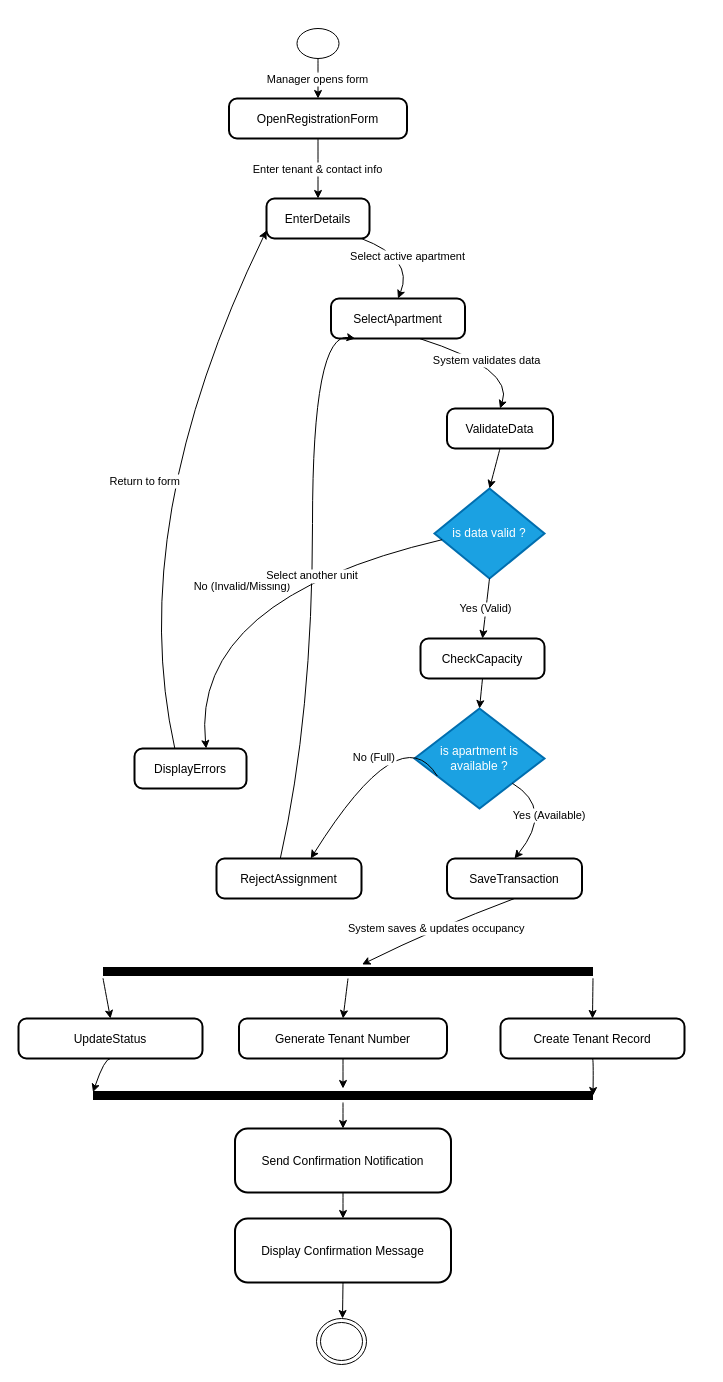
Medo-SM/ApartmentManagementSystem keeps this draw.io diagram as documentation/SWE/ActivityDiagrams/ActivityDiagram-RegisterNewTenant(UC-001)/ActivityDiagram-RegisterNewTenant(UC-001).drawio. Above is the earlier version. Source tidied: cells renumbered, new cells numbered last; positions are measured from the earlier drawing's top-left corner, leaving out a move shared by most shapes. Both pictures are drawn from the tidied source at 100%, with x=0, y=0 at pixel (18, 28).
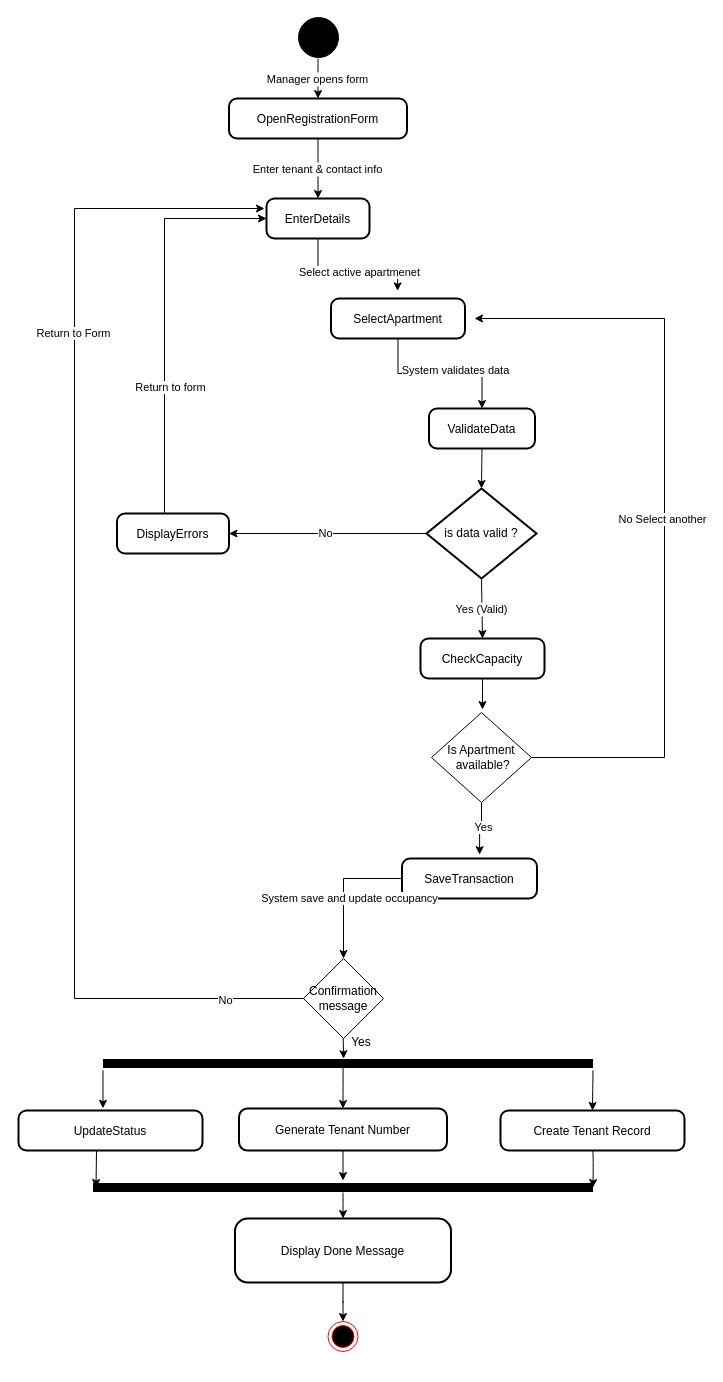
Above is the later version.

Unchanged cells that the change refers to:
```xml
<mxCell id="2" value="OpenRegistrationForm" style="rounded=1;arcSize=20;strokeWidth=2;" parent="1" vertex="1">
  <mxGeometry x="210.5" y="70" width="178" height="40" as="geometry" />
</mxCell>
<mxCell id="3" value="EnterDetails" style="rounded=1;arcSize=20;strokeWidth=2;" parent="1" vertex="1">
  <mxGeometry x="248" y="170" width="103" height="40" as="geometry" />
</mxCell>
<mxCell id="4" value="SelectApartment" style="rounded=1;arcSize=20;strokeWidth=2;" parent="1" vertex="1">
  <mxGeometry x="312.5" y="270" width="134" height="40" as="geometry" />
</mxCell>
<mxCell id="8" value="CheckCapacity" style="rounded=1;arcSize=20;strokeWidth=2;" parent="1" vertex="1">
  <mxGeometry x="402" y="610" width="124" height="40" as="geometry" />
</mxCell>
```

Change to the diagram source:
```diff
@@
+    <mxCell id="43" style="edgeStyle=orthogonalEdgeStyle;rounded=0;jettySize=auto;html=1;entryX=0.5;entryY=0;entryDx=0;entryDy=0;" parent="1" edge="1" source="4" target="5">
+      <mxGeometry relative="1" as="geometry" />
+    </mxCell>
+    <mxCell id="15" value="System validates data" style="edgeLabel;html=1;align=center;verticalAlign=middle;" parent="43" vertex="1">
+      <mxGeometry x="0.2" y="4" relative="1" as="geometry" />
+    </mxCell>
@@
     <mxCell id="5" value="ValidateData" style="rounded=1;arcSize=20;strokeWidth=2;" parent="1" vertex="1">
-      <mxGeometry x="428.5" y="380" width="106" height="40" as="geometry" />
+      <mxGeometry x="410.5" y="380" width="106" height="40" as="geometry" />
     </mxCell>
+    <mxCell id="17" style="edgeStyle=orthogonalEdgeStyle;rounded=0;jettySize=auto;html=1;entryX=1;entryY=0.5;entryDx=0;entryDy=0;" parent="1" edge="1" source="6" target="7">
+      <mxGeometry relative="1" as="geometry" />
+    </mxCell>
+    <mxCell id="44" value="No" style="edgeLabel;html=1;align=center;verticalAlign=middle;" parent="17" vertex="1">
+      <mxGeometry x="0.04" y="-1" relative="1" as="geometry">
+        <mxPoint x="1" as="offset" />
+      </mxGeometry>
+    </mxCell>
-    <mxCell id="6" value="is data valid ?" style="rhombus;strokeWidth=2;whiteSpace=wrap;fillColor=#1ba1e2;fontColor=#ffffff;strokeColor=#006EAF;" parent="1" vertex="1">
-      <mxGeometry x="416" y="460" width="110" height="90" as="geometry" />
+    <mxCell id="6" value="is data valid ?" style="rhombus;strokeWidth=2;whiteSpace=wrap;fillColor=#FFFFFF;fontColor=light-dark(#000000, #121212);strokeColor=#000000;" parent="1" vertex="1">
+      <mxGeometry x="408" y="460" width="110" height="90" as="geometry" />
     </mxCell>
+    <mxCell id="45" style="edgeStyle=orthogonalEdgeStyle;rounded=0;jettySize=auto;html=1;entryX=0;entryY=0.5;entryDx=0;entryDy=0;" parent="1" edge="1" source="7" target="3">
+      <mxGeometry relative="1" as="geometry">
+        <Array as="points">
+          <mxPoint x="146" y="190" />
+        </Array>
+      </mxGeometry>
+    </mxCell>
+    <mxCell id="18" value="Return to form" style="edgeLabel;html=1;align=center;verticalAlign=middle;" parent="45" vertex="1">
+      <mxGeometry x="-0.36" y="-5" relative="1" as="geometry" />
+    </mxCell>
     <mxCell id="7" value="DisplayErrors" style="rounded=1;arcSize=20;strokeWidth=2;" parent="1" vertex="1">
-      <mxGeometry x="116" y="720" width="112" height="40" as="geometry" />
+      <mxGeometry x="98.5" y="485" width="112" height="40" as="geometry" />
     </mxCell>
@@
-    <mxCell id="9" value="is apartment is available ?" style="rhombus;strokeWidth=2;whiteSpace=wrap;fillColor=#1ba1e2;fontColor=#ffffff;strokeColor=#006EAF;" parent="1" vertex="1">
-      <mxGeometry x="396" y="680" width="130" height="100" as="geometry" />
-    </mxCell>
-    <mxCell id="10" value="RejectAssignment" style="rounded=1;arcSize=20;strokeWidth=2;" parent="1" vertex="1">
-      <mxGeometry x="198" y="830" width="145" height="40" as="geometry" />
-    </mxCell>
     <mxCell id="11" value="SaveTransaction" style="rounded=1;arcSize=20;strokeWidth=2;" parent="1" vertex="1">
-      <mxGeometry x="428.5" y="830" width="135" height="40" as="geometry" />
+      <mxGeometry x="383.5" y="830" width="135" height="40" as="geometry" />
     </mxCell>
-    <mxCell id="12" value="Manager opens form" style="curved=1;startArrow=none;exitX=0.51;exitY=1;entryX=0.5;entryY=0;rounded=0;" parent="1" edge="1" source="25" target="2">
-      <mxGeometry relative="1" as="geometry" />
+    <mxCell id="12" value="Manager opens form" style="curved=1;startArrow=none;exitX=0.51;exitY=1;entryX=0.5;entryY=0;rounded=0;" parent="1" edge="1" target="2">
+      <mxGeometry relative="1" as="geometry">
+        <mxPoint x="299.5" y="30" as="sourcePoint" />
+      </mxGeometry>
     </mxCell>
@@
-    <mxCell id="14" value="Select active apartment" style="curved=1;startArrow=none;exitX=0.92;exitY=1;entryX=0.5;entryY=0;rounded=0;" parent="1" edge="1" source="3" target="4">
-      <mxGeometry relative="1" as="geometry">
-        <Array as="points">
-          <mxPoint x="396" y="230" />
-        </Array>
-      </mxGeometry>
-    </mxCell>
-    <mxCell id="15" value="System validates data" style="curved=1;startArrow=none;exitX=0.66;exitY=1;entryX=0.5;entryY=0;rounded=0;" parent="1" edge="1" source="4" target="5">
-      <mxGeometry relative="1" as="geometry">
-        <Array as="points">
-          <mxPoint x="496" y="340" />
-        </Array>
-      </mxGeometry>
-    </mxCell>
@@
-    <mxCell id="17" value="No (Invalid/Missing)" style="curved=1;startArrow=none;exitX=0;exitY=0.58;entryX=0.64;entryY=0;rounded=0;" parent="1" edge="1" source="6" target="7">
-      <mxGeometry relative="1" as="geometry">
-        <Array as="points">
-          <mxPoint x="172" y="570" />
-        </Array>
-      </mxGeometry>
-    </mxCell>
-    <mxCell id="18" value="Return to form" style="curved=1;startArrow=none;exitX=0.36;exitY=0;entryX=0;entryY=0.8;rounded=0;" parent="1" edge="1" source="7" target="3">
-      <mxGeometry relative="1" as="geometry">
-        <Array as="points">
-          <mxPoint x="106" y="495" />
-        </Array>
-      </mxGeometry>
-    </mxCell>
@@
-    <mxCell id="20" style="curved=1;startArrow=none;exitX=0.5;exitY=1;entryX=0.5;entryY=0;rounded=0;" parent="1" edge="1" source="8" target="9">
-      <mxGeometry relative="1" as="geometry" />
+    <mxCell id="20" style="curved=1;startArrow=none;exitX=0.5;exitY=1;entryX=0.5;entryY=0;rounded=0;" parent="1" edge="1" source="8">
+      <mxGeometry relative="1" as="geometry">
+        <mxPoint x="464" y="681" as="targetPoint" />
+      </mxGeometry>
     </mxCell>
-    <mxCell id="21" value="No (Full)" style="curved=1;startArrow=none;exitX=0;exitY=0.77;entryX=0.65;entryY=0;rounded=0;" parent="1" edge="1" source="9" target="10">
-      <mxGeometry relative="1" as="geometry">
-        <Array as="points">
-          <mxPoint x="382" y="687" />
-        </Array>
-      </mxGeometry>
-    </mxCell>
-    <mxCell id="22" value="Select another unit" style="curved=1;startArrow=none;exitX=0.44;exitY=0;entryX=0.18;entryY=1;rounded=0;" parent="1" edge="1" source="10" target="4">
-      <mxGeometry relative="1" as="geometry">
-        <Array as="points">
-          <mxPoint x="294" y="687" />
-          <mxPoint x="294" y="303" />
-        </Array>
-      </mxGeometry>
-    </mxCell>
-    <mxCell id="23" value="Yes (Available)" style="curved=1;startArrow=none;exitX=1;exitY=0.99;entryX=0.5;entryY=0;rounded=0;" parent="1" edge="1" source="9" target="11">
-      <mxGeometry relative="1" as="geometry">
-        <Array as="points">
-          <mxPoint x="536" y="780" />
-        </Array>
-      </mxGeometry>
-    </mxCell>
-    <mxCell id="24" value="System saves &amp; updates occupancy" style="curved=1;startArrow=none;exitX=0.5;exitY=1;rounded=0;" parent="1" edge="1" source="11" target="26">
-      <mxGeometry relative="1" as="geometry">
-        <Array as="points">
-          <mxPoint x="416" y="900" />
-        </Array>
-      </mxGeometry>
-    </mxCell>
-    <mxCell id="25" style="ellipse;" parent="1" vertex="1">
-      <mxGeometry x="278.5" width="42" height="30" as="geometry" />
-    </mxCell>
     <mxCell id="26" style="shape=line;strokeWidth=9;" parent="1" vertex="1">
-      <mxGeometry x="84.5" y="936" width="490" height="14" as="geometry" />
+      <mxGeometry x="84.5" y="1028" width="490" height="14" as="geometry" />
     </mxCell>
     <mxCell id="27" value="Create Tenant Record" style="rounded=1;arcSize=20;strokeWidth=2;" parent="1" vertex="1">
-      <mxGeometry x="482" y="990" width="184" height="40" as="geometry" />
+      <mxGeometry x="482" y="1082" width="184" height="40" as="geometry" />
     </mxCell>
     <mxCell id="28" value="Generate Tenant Number" style="rounded=1;arcSize=20;strokeWidth=2;" parent="1" vertex="1">
-      <mxGeometry x="220.5" y="990" width="208" height="40" as="geometry" />
+      <mxGeometry x="220.5" y="1080" width="208" height="42" as="geometry" />
     </mxCell>
     <mxCell id="29" value="UpdateStatus" style="rounded=1;arcSize=20;strokeWidth=2;" parent="1" vertex="1">
-      <mxGeometry y="990" width="184" height="40" as="geometry" />
+      <mxGeometry y="1082" width="184" height="40" as="geometry" />
     </mxCell>
     <mxCell id="30" style="shape=line;strokeWidth=9;" parent="1" vertex="1">
-      <mxGeometry x="74.5" y="1060" width="500" height="14" as="geometry" />
+      <mxGeometry x="74.5" y="1152" width="500" height="14" as="geometry" />
     </mxCell>
-    <mxCell id="31" value="Send Confirmation Notification" style="rounded=1;arcSize=20;strokeWidth=2;" parent="1" vertex="1">
-      <mxGeometry x="216.5" y="1100" width="216" height="64" as="geometry" />
-    </mxCell>
+    <mxCell id="46" style="edgeStyle=orthogonalEdgeStyle;rounded=0;jettySize=auto;html=1;" parent="1" edge="1" source="32" target="57">
+      <mxGeometry relative="1" as="geometry" />
+    </mxCell>
-    <mxCell id="32" value="Display Confirmation Message" style="rounded=1;arcSize=20;strokeWidth=2;" parent="1" vertex="1">
+    <mxCell id="32" value="Display Done Message" style="rounded=1;arcSize=20;strokeWidth=2;" parent="1" vertex="1">
       <mxGeometry x="216.5" y="1190" width="216" height="64" as="geometry" />
     </mxCell>
-    <mxCell id="33" style="ellipse;shape=endState;" parent="1" vertex="1">
-      <mxGeometry x="298" y="1290" width="50" height="46" as="geometry" />
-    </mxCell>
@@
-    <mxCell id="35" style="curved=1;startArrow=none;exitX=0.5;exitY=1;entryX=0.5;entryY=0;rounded=0;" parent="1" edge="1" source="26" target="28">
+    <mxCell id="35" style="curved=1;startArrow=none;exitX=0.49;exitY=0.671;entryX=0.5;entryY=0;rounded=0;entryDx=0;entryDy=0;exitDx=0;exitDy=0;exitPerimeter=0;" parent="1" edge="1" source="26" target="28">
       <mxGeometry relative="1" as="geometry" />
     </mxCell>
-    <mxCell id="36" style="curved=1;startArrow=none;exitX=0;exitY=0.98;entryX=0.5;entryY=0;rounded=0;" parent="1" edge="1" source="26" target="29">
+    <mxCell id="36" style="curved=1;startArrow=none;exitX=0;exitY=0.98;entryX=0.459;entryY=-0.055;rounded=0;entryDx=0;entryDy=0;entryPerimeter=0;" parent="1" edge="1" source="26" target="29">
       <mxGeometry relative="1" as="geometry" />
     </mxCell>
     <mxCell id="37" style="curved=1;startArrow=none;exitX=0.5;exitY=1;rounded=0;entryX=1;entryY=0.5;entryDx=0;entryDy=0;entryPerimeter=0;" parent="1" edge="1" source="27" target="30">
       <mxGeometry relative="1" as="geometry">
         <Array as="points">
-          <mxPoint x="575" y="1030" />
+          <mxPoint x="575" y="1122" />
         </Array>
       </mxGeometry>
     </mxCell>
@@
-    <mxCell id="39" style="curved=1;startArrow=none;exitX=0.5;exitY=1;entryX=0;entryY=0.26;rounded=0;" parent="1" edge="1" source="29" target="30">
-      <mxGeometry relative="1" as="geometry">
-        <Array as="points">
-          <mxPoint x="86" y="1030" />
-        </Array>
-      </mxGeometry>
-    </mxCell>
-    <mxCell id="40" style="curved=1;startArrow=none;exitX=0.5;exitY=1;entryX=0.5;entryY=0;rounded=0;" parent="1" edge="1" source="30" target="31">
-      <mxGeometry relative="1" as="geometry" />
-    </mxCell>
-    <mxCell id="41" style="curved=1;startArrow=none;exitX=0.5;exitY=1;entryX=0.5;entryY=0;rounded=0;" parent="1" edge="1" source="31" target="32">
-      <mxGeometry relative="1" as="geometry" />
+    <mxCell id="41" style="curved=1;startArrow=none;exitX=0.5;exitY=1;entryX=0.5;entryY=0;rounded=0;" parent="1" edge="1" target="32">
+      <mxGeometry relative="1" as="geometry">
+        <mxPoint x="324.5" y="1164" as="sourcePoint" />
+      </mxGeometry>
     </mxCell>
-    <mxCell id="42" style="curved=1;startArrow=none;exitX=0.5;exitY=1;entryX=0.52;entryY=0;rounded=0;" parent="1" edge="1" source="32" target="33">
-      <mxGeometry relative="1" as="geometry" />
-    </mxCell>
+    <mxCell id="14" style="edgeStyle=orthogonalEdgeStyle;rounded=0;jettySize=auto;html=1;entryX=0.497;entryY=-0.191;entryDx=0;entryDy=0;entryPerimeter=0;" parent="1" edge="1" source="3" target="4">
+      <mxGeometry relative="1" as="geometry" />
+    </mxCell>
+    <mxCell id="47" value="Select active apartmenet" style="edgeLabel;html=1;align=center;verticalAlign=middle;" parent="14" vertex="1">
+      <mxGeometry x="0.07" y="-3" relative="1" as="geometry" />
+    </mxCell>
+    <mxCell id="48" style="edgeStyle=orthogonalEdgeStyle;rounded=0;jettySize=auto;html=1;" parent="1" edge="1" source="50">
+      <mxGeometry relative="1" as="geometry">
+        <mxPoint x="456" y="290" as="targetPoint" />
+        <Array as="points">
+          <mxPoint x="646" y="729" />
+          <mxPoint x="646" y="290" />
+        </Array>
+      </mxGeometry>
+    </mxCell>
+    <mxCell id="49" value="No Select another" style="edgeLabel;html=1;align=center;verticalAlign=middle;" parent="48" vertex="1">
+      <mxGeometry x="-0.02" y="3" relative="1" as="geometry">
+        <mxPoint y="1" as="offset" />
+      </mxGeometry>
+    </mxCell>
+    <mxCell id="50" value="Is Apartment&lt;div&gt;&amp;nbsp;available?&lt;/div&gt;" style="rhombus;whiteSpace=wrap;html=1;" parent="1" vertex="1">
+      <mxGeometry x="413" y="684" width="100" height="90" as="geometry" />
+    </mxCell>
+    <mxCell id="51" style="edgeStyle=orthogonalEdgeStyle;rounded=0;jettySize=auto;html=1;entryX=0.575;entryY=-0.097;entryDx=0;entryDy=0;entryPerimeter=0;" parent="1" edge="1" source="50" target="11">
+      <mxGeometry relative="1" as="geometry" />
+    </mxCell>
+    <mxCell id="52" value="Yes" style="edgeLabel;html=1;align=center;verticalAlign=middle;" parent="51" vertex="1">
+      <mxGeometry x="0.03" y="-4" relative="1" as="geometry">
+        <mxPoint x="1" as="offset" />
+      </mxGeometry>
+    </mxCell>
+    <mxCell id="53" style="edgeStyle=orthogonalEdgeStyle;rounded=0;jettySize=auto;html=1;entryX=0.5;entryY=0;entryDx=0;entryDy=0;" parent="1" edge="1" source="11" target="62">
+      <mxGeometry relative="1" as="geometry" />
+    </mxCell>
+    <mxCell id="54" value="System save and update occupancy" style="edgeLabel;html=1;align=center;verticalAlign=middle;" parent="53" vertex="1">
+      <mxGeometry x="0.12" y="5" relative="1" as="geometry" />
+    </mxCell>
+    <mxCell id="55" style="edgeStyle=orthogonalEdgeStyle;rounded=0;orthogonalLoop=1;jettySize=auto;html=1;entryX=0.034;entryY=0.5;entryDx=0;entryDy=0;entryPerimeter=0;" parent="1" edge="1">
+      <mxGeometry relative="1" as="geometry">
+        <mxPoint x="78" y="1122" as="sourcePoint" />
+        <mxPoint x="77.5" y="1159" as="targetPoint" />
+      </mxGeometry>
+    </mxCell>
+    <mxCell id="56" style="ellipse;whiteSpace=wrap;html=1;fillColor=#000000;" parent="1" vertex="1">
+      <mxGeometry x="280" y="-11" width="40" height="40" as="geometry" />
+    </mxCell>
+    <mxCell id="57" style="ellipse;html=1;shape=endState;fillColor=#000000;strokeColor=#ff0000;" parent="1" vertex="1">
+      <mxGeometry x="309.5" y="1293" width="30" height="30" as="geometry" />
+    </mxCell>
+    <mxCell id="58" style="edgeStyle=orthogonalEdgeStyle;rounded=0;jettySize=auto;html=1;entryX=0.491;entryY=0.157;entryDx=0;entryDy=0;entryPerimeter=0;" parent="1" edge="1" target="26">
+      <mxGeometry relative="1" as="geometry">
+        <mxPoint x="324.5" y="1001" as="sourcePoint" />
+      </mxGeometry>
+    </mxCell>
+    <mxCell id="59" style="edgeStyle=orthogonalEdgeStyle;rounded=0;jettySize=auto;html=1;" parent="1" edge="1" source="62">
+      <mxGeometry relative="1" as="geometry">
+        <mxPoint x="246" y="180" as="targetPoint" />
+        <Array as="points">
+          <mxPoint x="56" y="970" />
+          <mxPoint x="56" y="180" />
+        </Array>
+      </mxGeometry>
+    </mxCell>
+    <mxCell id="60" value="No" style="edgeLabel;html=1;align=center;verticalAlign=middle;" parent="59" vertex="1">
+      <mxGeometry x="-0.87" y="1" relative="1" as="geometry" />
+    </mxCell>
+    <mxCell id="61" value="Return to Form" style="edgeLabel;html=1;align=center;verticalAlign=middle;" parent="59" vertex="1">
+      <mxGeometry x="0.48" y="2" relative="1" as="geometry" />
+    </mxCell>
+    <mxCell id="62" value="Confirmation message" style="rhombus;whiteSpace=wrap;html=1;" parent="1" vertex="1">
+      <mxGeometry x="285" y="930" width="80" height="80" as="geometry" />
+    </mxCell>
+    <mxCell id="63" value="Yes" style="text;html=1;whiteSpace=wrap;strokeColor=none;fillColor=none;align=center;verticalAlign=middle;rounded=0;" parent="1" vertex="1">
+      <mxGeometry x="313" y="999" width="60" height="30" as="geometry" />
+    </mxCell>
```
